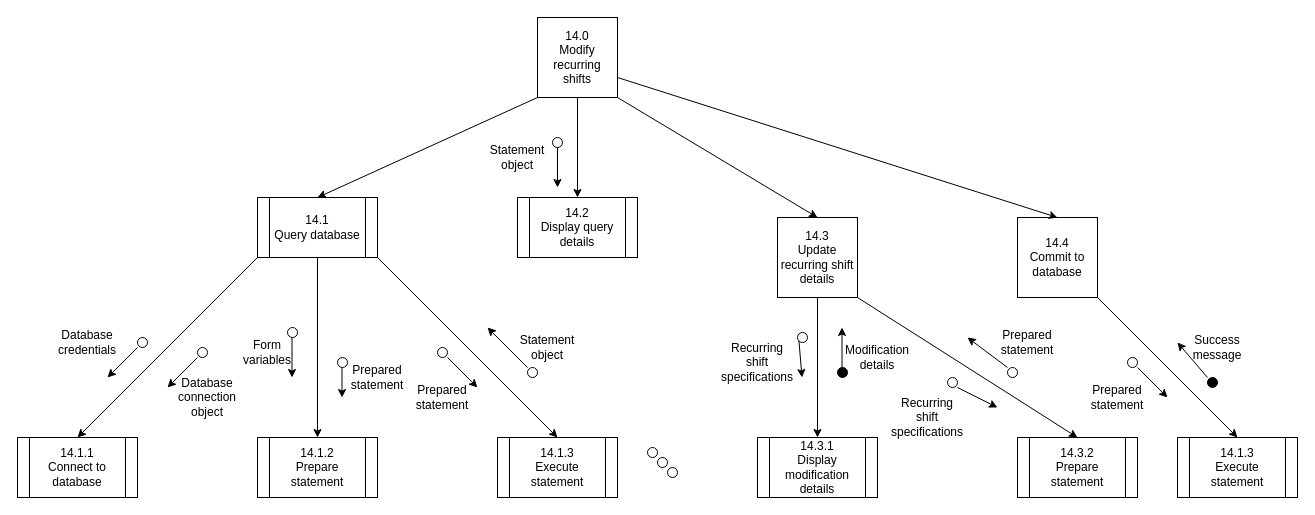
This is Diagrams/StructureCharts/Proc14Struct.drawio from Harlento/SchedulingSystem, a draw.io file, before an edit. Source tidied: cells renumbered, new cells numbered last; positions are measured from the earlier drawing's top-left corner, leaving out a move shared by most shapes. Both pictures are drawn from the tidied source at 100%, with x=0, y=0 at pixel (17, 17).
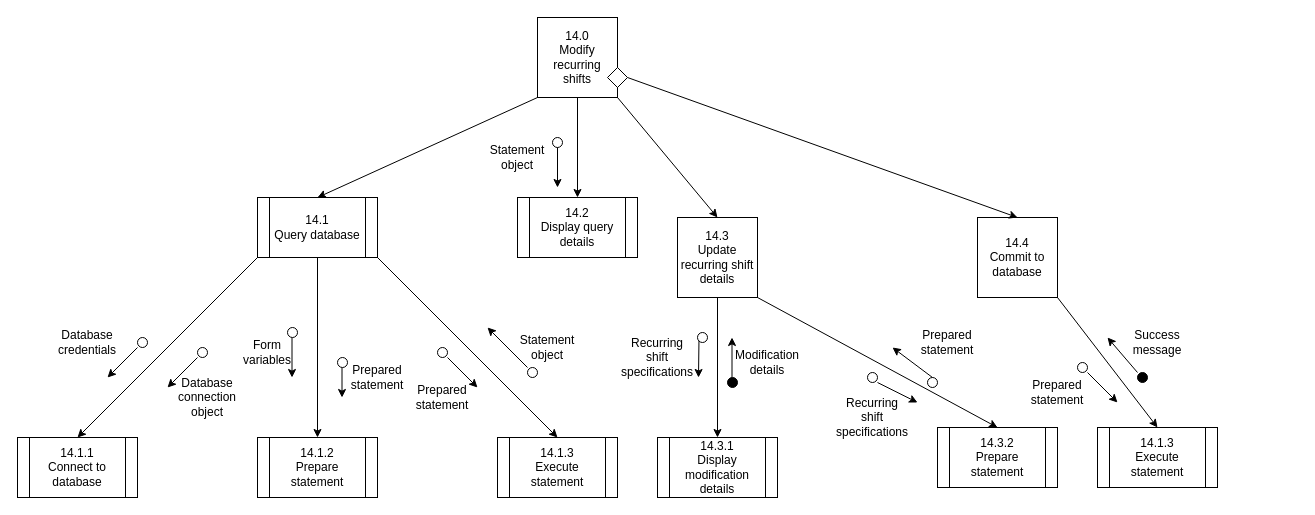
Above is the later version.

Unchanged cells that the change refers to:
```xml
<mxCell id="2" value="14.0&lt;br&gt;Modify recurring shifts" style="whiteSpace=wrap;html=1;" parent="1" vertex="1">
  <mxGeometry x="520" width="80" height="80" as="geometry" />
</mxCell>
```

Diff of the diagram source:
```diff
@@
-    <mxCell id="19" style="ellipse;whiteSpace=wrap;html=1;" parent="1" vertex="1">
-      <mxGeometry x="630" y="430" width="10" height="10" as="geometry" />
-    </mxCell>
@@
     <mxCell id="35" value="14.3&lt;br&gt;Update recurring shift details" style="whiteSpace=wrap;html=1;" parent="1" vertex="1">
-      <mxGeometry x="760" y="200" width="80" height="80" as="geometry" />
+      <mxGeometry x="660" y="200" width="80" height="80" as="geometry" />
     </mxCell>
@@
     <mxCell id="37" style="endArrow=classic;html=1;exitX=0;exitY=1;exitDx=0;exitDy=0;" parent="1" edge="1" source="46">
       <mxGeometry relative="1" as="geometry">
-        <mxPoint x="784.5" y="360" as="targetPoint" />
+        <mxPoint x="681" y="360" as="targetPoint" />
       </mxGeometry>
     </mxCell>
     <mxCell id="38" style="endArrow=classic;html=1;" parent="1" edge="1">
       <mxGeometry relative="1" as="geometry">
-        <mxPoint x="824.5" y="350" as="sourcePoint" />
-        <mxPoint x="824.5" y="310" as="targetPoint" />
+        <mxPoint x="714.5" y="360" as="sourcePoint" />
+        <mxPoint x="714.5" y="320" as="targetPoint" />
       </mxGeometry>
     </mxCell>
-    <mxCell id="39" style="ellipse;whiteSpace=wrap;html=1;" parent="1" vertex="1">
-      <mxGeometry x="640" y="440" width="10" height="10" as="geometry" />
-    </mxCell>
-    <mxCell id="40" style="ellipse;whiteSpace=wrap;html=1;" parent="1" vertex="1">
-      <mxGeometry x="650" y="450" width="10" height="10" as="geometry" />
-    </mxCell>
     <mxCell id="41" style="ellipse;whiteSpace=wrap;html=1;" parent="1" vertex="1">
-      <mxGeometry x="990" y="350" width="10" height="10" as="geometry" />
+      <mxGeometry x="910" y="360" width="10" height="10" as="geometry" />
     </mxCell>
     <mxCell id="42" style="ellipse;whiteSpace=wrap;html=1;" parent="1" vertex="1">
-      <mxGeometry x="930" y="360" width="10" height="10" as="geometry" />
+      <mxGeometry x="850" y="355" width="10" height="10" as="geometry" />
     </mxCell>
     <mxCell id="43" style="ellipse;whiteSpace=wrap;html=1;" parent="1" vertex="1">
-      <mxGeometry x="1110" y="340" width="10" height="10" as="geometry" />
+      <mxGeometry x="1060" y="345" width="10" height="10" as="geometry" />
     </mxCell>
     <mxCell id="44" style="ellipse;whiteSpace=wrap;html=1;fillColor=#000000;" parent="1" vertex="1">
-      <mxGeometry x="1190" y="360" width="10" height="10" as="geometry" />
+      <mxGeometry x="1120" y="355" width="10" height="10" as="geometry" />
     </mxCell>
     <mxCell id="45" style="ellipse;whiteSpace=wrap;html=1;fillColor=#000000;" parent="1" vertex="1">
-      <mxGeometry x="820" y="350" width="10" height="10" as="geometry" />
+      <mxGeometry x="710" y="360" width="10" height="10" as="geometry" />
     </mxCell>
     <mxCell id="46" style="ellipse;whiteSpace=wrap;html=1;" parent="1" vertex="1">
-      <mxGeometry x="780" y="315" width="10" height="10" as="geometry" />
+      <mxGeometry x="680" y="315" width="10" height="10" as="geometry" />
     </mxCell>
@@
     <mxCell id="48" value="Recurring shift specifications" style="text;html=1;strokeColor=none;fillColor=none;align=center;verticalAlign=middle;whiteSpace=wrap;rounded=0;" parent="1" vertex="1">
-      <mxGeometry x="720" y="335" width="40" height="20" as="geometry" />
+      <mxGeometry x="620" y="330" width="40" height="20" as="geometry" />
     </mxCell>
     <mxCell id="49" value="Modification details" style="text;html=1;strokeColor=none;fillColor=none;align=center;verticalAlign=middle;whiteSpace=wrap;rounded=0;" parent="1" vertex="1">
-      <mxGeometry x="840" y="330" width="40" height="20" as="geometry" />
+      <mxGeometry x="730" y="335" width="40" height="20" as="geometry" />
     </mxCell>
     <mxCell id="50" value="14.3.1&lt;br&gt;Display modification details" style="shape=process;whiteSpace=wrap;html=1;backgroundOutline=1;fillColor=#FFFFFF;" parent="1" vertex="1">
-      <mxGeometry x="740" y="420" width="120" height="60" as="geometry" />
+      <mxGeometry x="640" y="420" width="120" height="60" as="geometry" />
     </mxCell>
     <mxCell id="51" value="14.4&lt;br&gt;Commit to database" style="whiteSpace=wrap;html=1;" parent="1" vertex="1">
-      <mxGeometry x="1000" y="200" width="80" height="80" as="geometry" />
+      <mxGeometry x="960" y="200" width="80" height="80" as="geometry" />
     </mxCell>
-    <mxCell id="52" style="endArrow=classic;html=1;exitX=1;exitY=0.75;exitDx=0;exitDy=0;entryX=0.5;entryY=0;entryDx=0;entryDy=0;" parent="1" edge="1" source="2" target="51">
+    <mxCell id="52" style="endArrow=classic;html=1;entryX=0.5;entryY=0;entryDx=0;entryDy=0;exitX=1;exitY=0.5;exitDx=0;exitDy=0;" parent="1" edge="1" source="65" target="51">
       <mxGeometry relative="1" as="geometry" />
     </mxCell>
     <mxCell id="53" style="endArrow=classic;html=1;" parent="1" edge="1">
       <mxGeometry relative="1" as="geometry">
-        <mxPoint x="1120" y="350" as="sourcePoint" />
-        <mxPoint x="1150" y="380" as="targetPoint" />
+        <mxPoint x="1070" y="355" as="sourcePoint" />
+        <mxPoint x="1100" y="385" as="targetPoint" />
       </mxGeometry>
     </mxCell>
     <mxCell id="54" style="endArrow=classic;html=1;" parent="1" edge="1">
       <mxGeometry relative="1" as="geometry">
-        <mxPoint x="1190" y="360" as="sourcePoint" />
-        <mxPoint x="1160" y="325" as="targetPoint" />
+        <mxPoint x="1120" y="355" as="sourcePoint" />
+        <mxPoint x="1090" y="320" as="targetPoint" />
       </mxGeometry>
     </mxCell>
     <mxCell id="55" value="14.3.2&lt;br&gt;Prepare statement" style="shape=process;whiteSpace=wrap;html=1;backgroundOutline=1;" parent="1" vertex="1">
-      <mxGeometry x="1000" y="420" width="120" height="60" as="geometry" />
+      <mxGeometry x="920" y="410" width="120" height="60" as="geometry" />
     </mxCell>
@@
     <mxCell id="57" style="endArrow=classic;html=1;" parent="1" edge="1">
       <mxGeometry relative="1" as="geometry">
-        <mxPoint x="940" y="370" as="sourcePoint" />
-        <mxPoint x="980" y="390" as="targetPoint" />
+        <mxPoint x="860" y="365" as="sourcePoint" />
+        <mxPoint x="900" y="385" as="targetPoint" />
       </mxGeometry>
     </mxCell>
     <mxCell id="58" style="endArrow=classic;html=1;" parent="1" edge="1">
       <mxGeometry relative="1" as="geometry">
-        <mxPoint x="990" y="350" as="sourcePoint" />
-        <mxPoint x="950" y="320" as="targetPoint" />
+        <mxPoint x="915" y="360" as="sourcePoint" />
+        <mxPoint x="875" y="330" as="targetPoint" />
       </mxGeometry>
     </mxCell>
     <mxCell id="59" value="Prepared statement" style="text;html=1;strokeColor=none;fillColor=none;align=center;verticalAlign=middle;whiteSpace=wrap;rounded=0;" parent="1" vertex="1">
-      <mxGeometry x="990" y="315" width="40" height="20" as="geometry" />
+      <mxGeometry x="910" y="315" width="40" height="20" as="geometry" />
     </mxCell>
     <mxCell id="60" value="Recurring shift specifications" style="text;html=1;strokeColor=none;fillColor=none;align=center;verticalAlign=middle;whiteSpace=wrap;rounded=0;" parent="1" vertex="1">
-      <mxGeometry x="890" y="390" width="40" height="20" as="geometry" />
+      <mxGeometry x="835" y="390" width="40" height="20" as="geometry" />
     </mxCell>
     <mxCell id="61" value="Success message" style="text;html=1;strokeColor=none;fillColor=none;align=center;verticalAlign=middle;whiteSpace=wrap;rounded=0;" parent="1" vertex="1">
-      <mxGeometry x="1180" y="320" width="40" height="20" as="geometry" />
+      <mxGeometry x="1120" y="315" width="40" height="20" as="geometry" />
     </mxCell>
     <mxCell id="62" value="Prepared statement" style="text;html=1;strokeColor=none;fillColor=none;align=center;verticalAlign=middle;whiteSpace=wrap;rounded=0;" parent="1" vertex="1">
-      <mxGeometry x="1080" y="370" width="40" height="20" as="geometry" />
+      <mxGeometry x="1020" y="365" width="40" height="20" as="geometry" />
     </mxCell>
     <mxCell id="63" value="&lt;span style=&quot;white-space: normal&quot;&gt;14.1.3&lt;/span&gt;&lt;br style=&quot;white-space: normal&quot;&gt;&lt;span style=&quot;white-space: normal&quot;&gt;Execute statement&lt;/span&gt;" style="shape=process;whiteSpace=wrap;html=1;backgroundOutline=1;fillColor=#FFFFFF;" parent="1" vertex="1">
-      <mxGeometry x="1160" y="420" width="120" height="60" as="geometry" />
+      <mxGeometry x="1080" y="410" width="120" height="60" as="geometry" />
     </mxCell>
@@
+    <mxCell id="65" style="rhombus;whiteSpace=wrap;html=1;fillColor=#FFFFFF;" parent="1" vertex="1">
+      <mxGeometry x="590" y="50" width="20" height="20" as="geometry" />
+    </mxCell>
```
